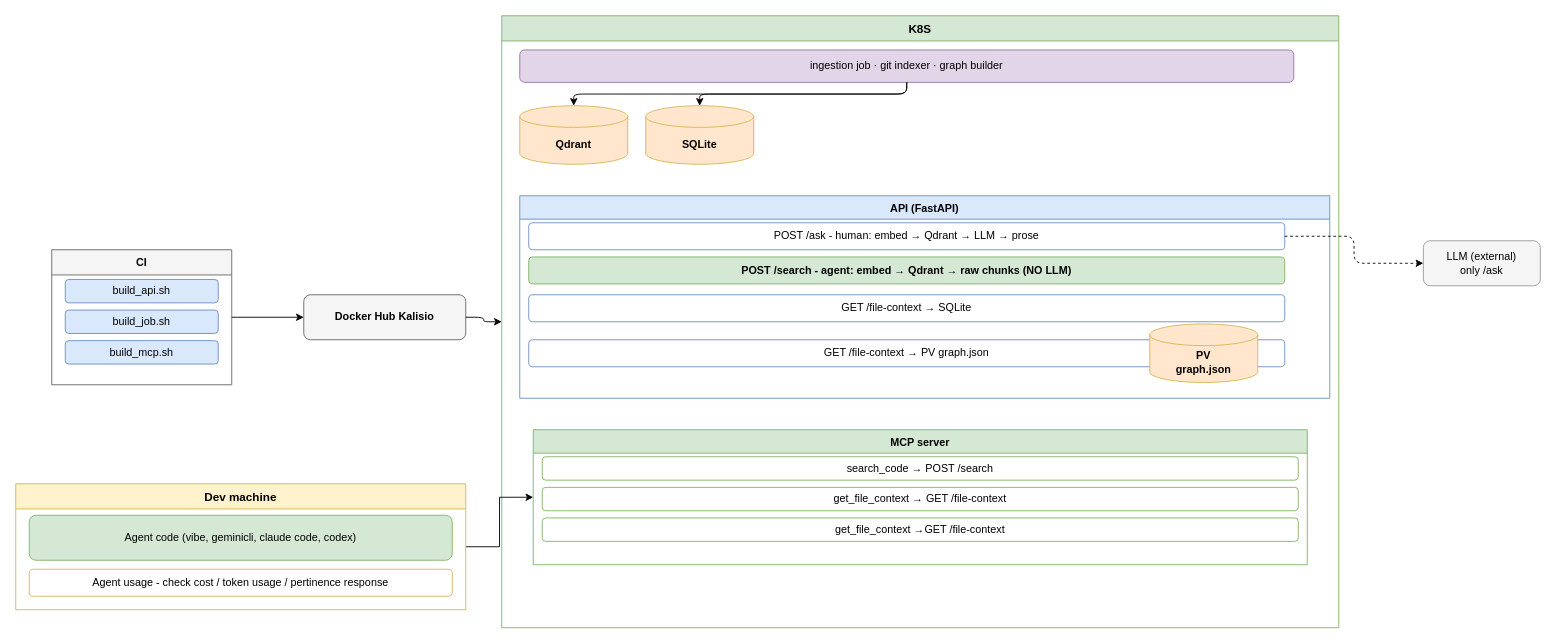
Before: page "Full Architecture" (6 of 14) of docs/public/architecture.drawio in kalisio/knowledge, a draw.io diagram. Source tidied: cells renumbered, new cells numbered last; positions are measured from the earlier drawing's top-left corner, leaving out a move shared by most shapes. Both pictures are drawn from the tidied source at 90%, with x=0, y=0 at pixel (15, 15).
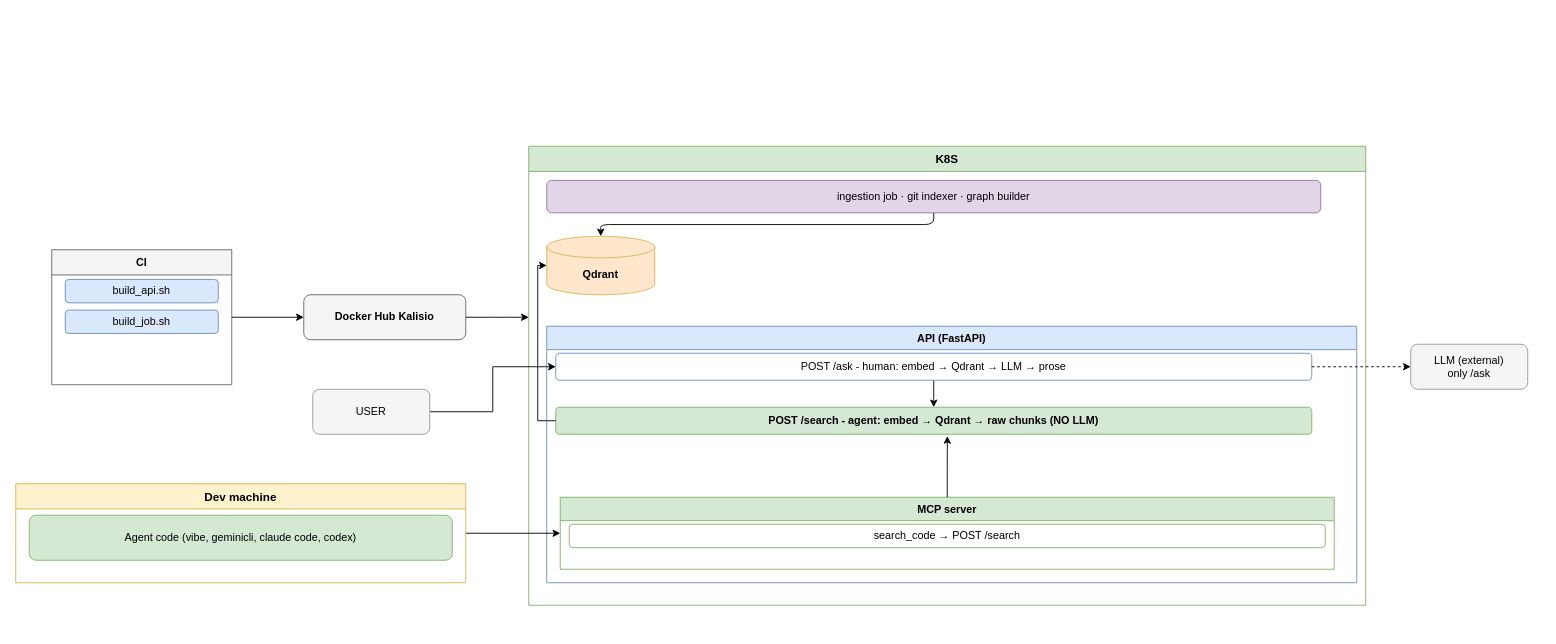
The same page after the edit.

The change refers to these unchanged cells:
```xml
<mxCell id="2" value="CI" style="swimlane;startSize=28;fillColor=#f5f5f5;strokeColor=#666666;fontStyle=1;" parent="1" vertex="1">
  <mxGeometry x="40" y="260" width="200" height="150" as="geometry" />
</mxCell>
<mxCell id="6" value="Docker Hub Kalisio" style="rounded=1;whiteSpace=wrap;html=1;fillColor=#f5f5f5;strokeColor=#666666;fontStyle=1;" parent="1" vertex="1">
  <mxGeometry x="320" y="310" width="180" height="50" as="geometry" />
</mxCell>
<mxCell id="8" value="ingestion job · git indexer · graph builder" style="rounded=1;whiteSpace=wrap;html=1;fillColor=#e1d5e7;strokeColor=#9673a6;" parent="7" vertex="1">
  <mxGeometry x="20" y="38" width="860" height="36" as="geometry" />
</mxCell>
<mxCell id="9" value="Qdrant" style="shape=cylinder3;whiteSpace=wrap;html=1;boundedLbl=1;backgroundOutline=1;size=12;fillColor=#ffe6cc;strokeColor=#d6b656;fontStyle=1;" parent="7" vertex="1">
  <mxGeometry x="20" y="100" width="120" height="65" as="geometry" />
</mxCell>
<mxCell id="12" value="POST /ask - human: embed → Qdrant → LLM → prose" style="rounded=1;whiteSpace=wrap;html=1;fillColor=#ffffff;strokeColor=#6c8ebf;" parent="11" vertex="1">
  <mxGeometry x="10" y="30" width="840" height="30" as="geometry" />
</mxCell>
```

Change to the diagram source:
```diff
@@
-    <mxCell id="5" value="build_mcp.sh" style="rounded=1;whiteSpace=wrap;html=1;fillColor=#dae8fc;strokeColor=#6c8ebf;" parent="2" vertex="1">
-      <mxGeometry x="15" y="101" width="170" height="26" as="geometry" />
-    </mxCell>
@@
     <mxCell id="7" value="K8S" style="swimlane;startSize=28;fillColor=#d5e8d4;strokeColor=#82b366;fontStyle=1;fontSize=13;" parent="1" vertex="1">
-      <mxGeometry x="540" width="930" height="680" as="geometry" />
+      <mxGeometry x="570" y="145" width="930" height="510" as="geometry" />
     </mxCell>
@@
-    <mxCell id="10" value="SQLite" style="shape=cylinder3;whiteSpace=wrap;html=1;boundedLbl=1;backgroundOutline=1;size=12;fillColor=#ffe6cc;strokeColor=#d6b656;fontStyle=1;" parent="7" vertex="1">
-      <mxGeometry x="160" y="100" width="120" height="65" as="geometry" />
-    </mxCell>
     <mxCell id="11" value="API (FastAPI)" style="swimlane;startSize=26;fillColor=#dae8fc;strokeColor=#6c8ebf;fontStyle=1;" parent="7" vertex="1">
-      <mxGeometry x="20" y="200" width="900" height="225" as="geometry" />
+      <mxGeometry x="20" y="200" width="900" height="285" as="geometry" />
     </mxCell>
+    <mxCell id="31" style="edgeStyle=orthogonalEdgeStyle;rounded=0;jettySize=auto;html=1;exitX=0.5;exitY=1;exitDx=0;exitDy=0;entryX=0.5;entryY=0;entryDx=0;entryDy=0;defaultLabelBackgroundColor=page;labelPadding=0 4;" parent="11" edge="1" source="12" target="13">
+      <mxGeometry relative="1" as="geometry" />
+    </mxCell>
@@
     <mxCell id="13" value="POST /search - agent: embed → Qdrant → raw chunks (NO LLM)" style="rounded=1;whiteSpace=wrap;html=1;fillColor=#d5e8d4;strokeColor=#82b366;fontStyle=1;" parent="11" vertex="1">
-      <mxGeometry x="10" y="68" width="840" height="30" as="geometry" />
+      <mxGeometry x="10" y="90" width="840" height="30" as="geometry" />
     </mxCell>
-    <mxCell id="14" value="GET /file-context → SQLite" style="rounded=1;whiteSpace=wrap;html=1;fillColor=#ffffff;strokeColor=#6c8ebf;" parent="11" vertex="1">
-      <mxGeometry x="10" y="110" width="840" height="30" as="geometry" />
-    </mxCell>
-    <mxCell id="15" value="GET /file-context → PV graph.json" style="rounded=1;whiteSpace=wrap;html=1;fillColor=#ffffff;strokeColor=#6c8ebf;" parent="11" vertex="1">
-      <mxGeometry x="10" y="160" width="840" height="30" as="geometry" />
-    </mxCell>
-    <mxCell id="16" value="PV&lt;br&gt;graph.json" style="shape=cylinder3;whiteSpace=wrap;html=1;boundedLbl=1;backgroundOutline=1;size=12;fillColor=#ffe6cc;strokeColor=#d6b656;fontStyle=1;" parent="11" vertex="1">
-      <mxGeometry x="700" y="142.5" width="120" height="65" as="geometry" />
-    </mxCell>
     <mxCell id="17" value="MCP server" style="swimlane;startSize=26;fillColor=#d5e8d4;strokeColor=#82b366;fontStyle=1;" parent="7" vertex="1">
-      <mxGeometry x="35" y="460" width="860" height="150" as="geometry" />
+      <mxGeometry x="35" y="390" width="860" height="80" as="geometry" />
     </mxCell>
@@
-    <mxCell id="19" value="get_file_context → GET /file-context" style="rounded=1;whiteSpace=wrap;html=1;fillColor=#ffffff;strokeColor=#82b366;" parent="17" vertex="1">
-      <mxGeometry x="10" y="64" width="840" height="26" as="geometry" />
-    </mxCell>
-    <mxCell id="20" value="get_file_context →GET /file-context" style="rounded=1;whiteSpace=wrap;html=1;fillColor=#ffffff;strokeColor=#82b366;" parent="17" vertex="1">
-      <mxGeometry x="10" y="98" width="840" height="26" as="geometry" />
-    </mxCell>
@@
-    <mxCell id="22" style="edgeStyle=orthogonalEdgeStyle;" parent="7" edge="1" source="8" target="10">
-      <mxGeometry relative="1" as="geometry" />
-    </mxCell>
+    <mxCell id="32" style="edgeStyle=orthogonalEdgeStyle;rounded=0;jettySize=auto;html=1;exitX=0.5;exitY=0;exitDx=0;exitDy=0;entryX=0.518;entryY=1.067;entryDx=0;entryDy=0;entryPerimeter=0;defaultLabelBackgroundColor=page;labelPadding=0 4;" parent="7" edge="1" source="17" target="13">
+      <mxGeometry relative="1" as="geometry" />
+    </mxCell>
+    <mxCell id="33" style="edgeStyle=orthogonalEdgeStyle;rounded=0;jettySize=auto;html=1;exitX=0;exitY=0.5;exitDx=0;exitDy=0;entryX=0;entryY=0.5;entryDx=0;entryDy=0;entryPerimeter=0;defaultLabelBackgroundColor=page;labelPadding=0 4;" parent="7" edge="1" source="13" target="9">
+      <mxGeometry relative="1" as="geometry">
+        <Array as="points">
+          <mxPoint x="10" y="305" />
+          <mxPoint x="10" y="132.5" />
+        </Array>
+      </mxGeometry>
+    </mxCell>
@@
-    <mxCell id="24" style="edgeStyle=orthogonalEdgeStyle;" parent="1" edge="1" source="6" target="7">
-      <mxGeometry relative="1" as="geometry" />
+    <mxCell id="24" style="edgeStyle=orthogonalEdgeStyle;" parent="1" edge="1" source="6">
+      <mxGeometry relative="1" as="geometry">
+        <mxPoint x="570" y="335" as="targetPoint" />
+      </mxGeometry>
     </mxCell>
     <mxCell id="25" value="LLM (external)&lt;br&gt;only /ask" style="rounded=1;whiteSpace=wrap;html=1;fillColor=#f5f5f5;strokeColor=#999999;" parent="1" vertex="1">
-      <mxGeometry x="1564" y="250" width="130" height="50" as="geometry" />
+      <mxGeometry x="1550" y="365" width="130" height="50" as="geometry" />
     </mxCell>
@@
     <mxCell id="28" value="Dev machine" style="swimlane;startSize=28;fillColor=#fff2cc;strokeColor=#d6b656;fontStyle=1;fontSize=13;" parent="1" vertex="1">
-      <mxGeometry y="520" width="500" height="140" as="geometry" />
+      <mxGeometry y="520" width="500" height="110" as="geometry" />
     </mxCell>
@@
-    <mxCell id="30" value="Agent usage - check cost / token usage / pertinence response" style="rounded=1;whiteSpace=wrap;html=1;fillColor=#ffffff;strokeColor=#d6b656;" parent="28" vertex="1">
-      <mxGeometry x="15" y="95" width="470" height="30" as="geometry" />
-    </mxCell>
+    <mxCell id="34" style="edgeStyle=orthogonalEdgeStyle;rounded=0;jettySize=auto;html=1;exitX=1;exitY=0.5;exitDx=0;exitDy=0;entryX=0;entryY=0.5;entryDx=0;entryDy=0;defaultLabelBackgroundColor=page;labelPadding=0 4;" parent="1" edge="1" source="35" target="12">
+      <mxGeometry relative="1" as="geometry" />
+    </mxCell>
+    <mxCell id="35" value="USER" style="rounded=1;whiteSpace=wrap;html=1;fillColor=#f5f5f5;strokeColor=#999999;" parent="1" vertex="1">
+      <mxGeometry x="330" y="415" width="130" height="50" as="geometry" />
+    </mxCell>
```
